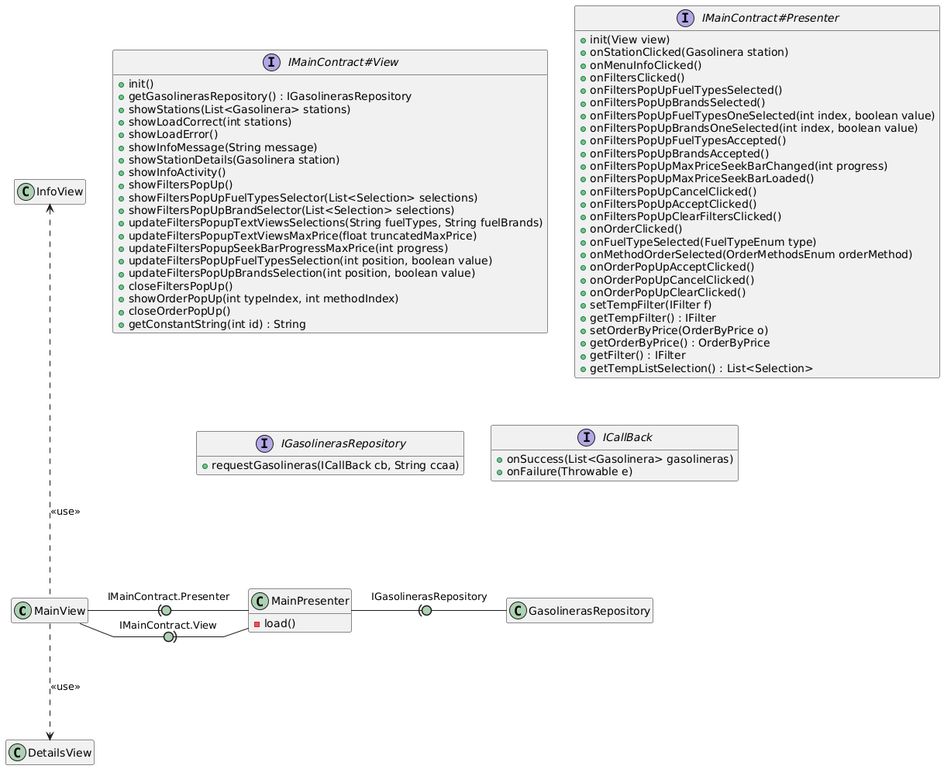
Before: Docs/Models/architecture.png, a diagram exported from PlantUML (isunican/App-Gasolineras-Grupo1). Source of this version:
```plantuml
@startuml
hide empty members
skinparam linetype polyline
skinparam arrowLollipopColor #ADD1B2

MainView -right(0- MainPresenter : IMainContract.Presenter
MainView -right0)- MainPresenter : IMainContract.View
MainView -up..-> InfoView : <<use>>
MainView -down..> DetailsView : <<use>>
MainPresenter -right(0- GasolinerasRepository : IGasolinerasRepository


class MainPresenter {
    -load()
}

interface IMainContract#View {
    + init()
    + getGasolinerasRepository() : IGasolinerasRepository
    + showStations(List<Gasolinera> stations)
    + showLoadCorrect(int stations)
    + showLoadError()
    + showInfoMessage(String message)
    + showStationDetails(Gasolinera station)
    + showInfoActivity()
    + showFiltersPopUp()
    + showFiltersPopUpFuelTypesSelector(List<Selection> selections)
    + showFiltersPopUpBrandSelector(List<Selection> selections)
    + updateFiltersPopupTextViewsSelections(String fuelTypes, String fuelBrands)
    + updateFiltersPopupTextViewsMaxPrice(float truncatedMaxPrice)
    + updateFiltersPopupSeekBarProgressMaxPrice(int progress)
    + updateFiltersPopUpFuelTypesSelection(int position, boolean value)
    + updateFiltersPopUpBrandsSelection(int position, boolean value)
    + closeFiltersPopUp()
    + showOrderPopUp(int typeIndex, int methodIndex)
    + closeOrderPopUp()
    + getConstantString(int id) : String
}

interface IMainContract#Presenter {
    + init(View view)
    + onStationClicked(Gasolinera station)
    + onMenuInfoClicked()
    + onFiltersClicked()
    + onFiltersPopUpFuelTypesSelected()
    + onFiltersPopUpBrandsSelected()
    + onFiltersPopUpFuelTypesOneSelected(int index, boolean value)
    + onFiltersPopUpBrandsOneSelected(int index, boolean value)
    + onFiltersPopUpFuelTypesAccepted()
    + onFiltersPopUpBrandsAccepted()
    + onFiltersPopUpMaxPriceSeekBarChanged(int progress)
    + onFiltersPopUpMaxPriceSeekBarLoaded()
    + onFiltersPopUpCancelClicked()
    + onFiltersPopUpAcceptClicked()
    + onFiltersPopUpClearFiltersClicked()
    + onOrderClicked()
    + onFuelTypeSelected(FuelTypeEnum type)
    + onMethodOrderSelected(OrderMethodsEnum orderMethod)
    + onOrderPopUpAcceptClicked()
    + onOrderPopUpCancelClicked()
    + onOrderPopUpClearClicked()
    + setTempFilter(IFilter f)
    + getTempFilter() : IFilter
    + setOrderByPrice(OrderByPrice o)
    + getOrderByPrice() : OrderByPrice
    + getFilter() : IFilter
    + getTempListSelection() : List<Selection>
}

interface IGasolinerasRepository {
    + requestGasolineras(ICallBack cb, String ccaa)
}

interface ICallBack {
    + onSuccess(List<Gasolinera> gasolineras)
    + onFailure(Throwable e)
}
@enduml
```
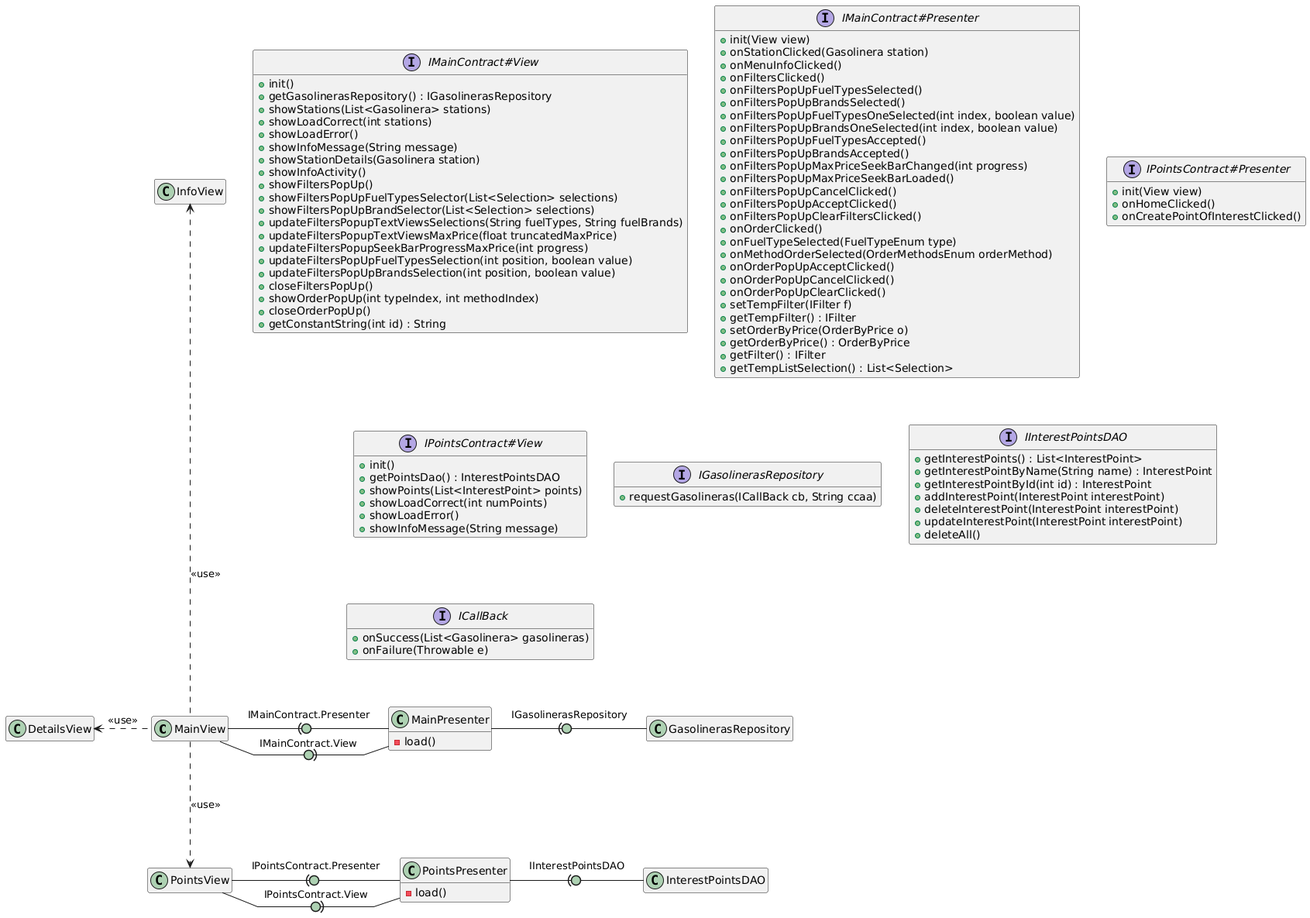
Above is the later version.

Diff of the diagram source:
```diff
@@ -5,12 +5,19 @@
 
 MainView -right(0- MainPresenter : IMainContract.Presenter
 MainView -right0)- MainPresenter : IMainContract.View
+PointsView -right(0- PointsPresenter : IPointsContract.Presenter
+PointsView -right0)- PointsPresenter  : IPointsContract.View
 MainView -up..-> InfoView : <<use>>
-MainView -down..> DetailsView : <<use>>
+MainView -left..> DetailsView : <<use>>
+MainView -down..> PointsView : <<use>>
 MainPresenter -right(0- GasolinerasRepository : IGasolinerasRepository
-
+PointsPresenter -right(0- InterestPointsDAO : IInterestPointsDAO
 
 class MainPresenter {
+    -load()
+}
+
+class PointsPresenter {
     -load()
 }
 
@@ -67,8 +74,33 @@
     + getTempListSelection() : List<Selection>
 }
 
+interface IPointsContract#Presenter {
+    + init(View view)
+    + onHomeClicked()
+    + onCreatePointOfInterestClicked()
+}
+
+interface IPointsContract#View {
++ init()
++ getPointsDao() : InterestPointsDAO
++ showPoints(List<InterestPoint> points)
++ showLoadCorrect(int numPoints)
++ showLoadError()
++ showInfoMessage(String message)
+}
+
 interface IGasolinerasRepository {
     + requestGasolineras(ICallBack cb, String ccaa)
+}
+
+interface IInterestPointsDAO {
+    + getInterestPoints() : List<InterestPoint>
+    + getInterestPointByName(String name) : InterestPoint
+    + getInterestPointById(int id) : InterestPoint
+    + addInterestPoint(InterestPoint interestPoint)
+    + deleteInterestPoint(InterestPoint interestPoint)
+    + updateInterestPoint(InterestPoint interestPoint)
+    + deleteAll()
 }
 
 interface ICallBack {
```
